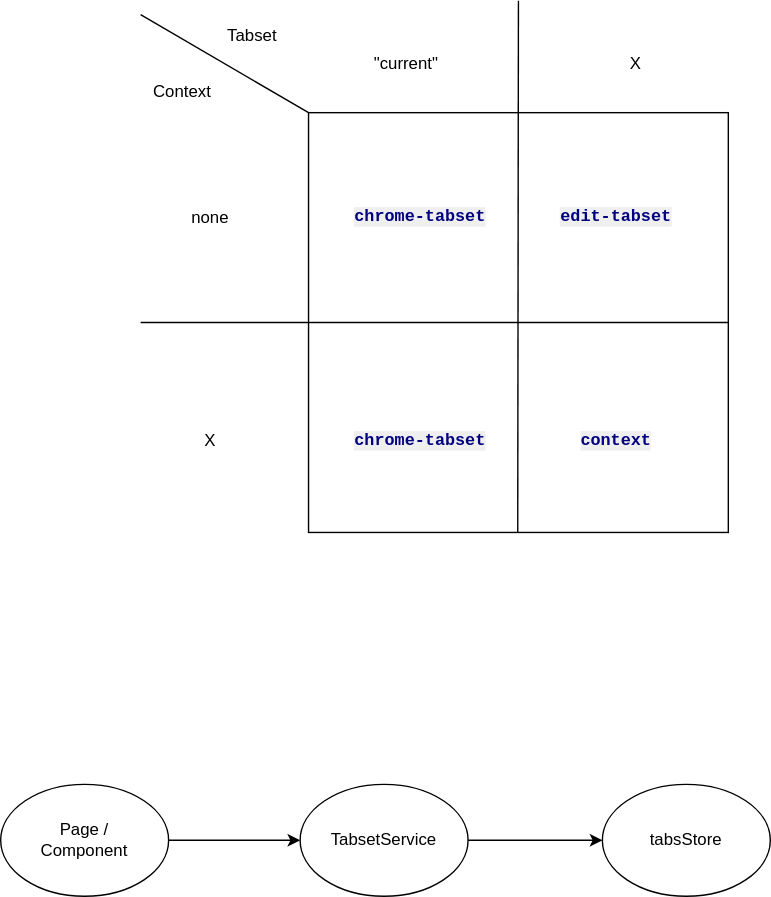
Earlier version of the draw.io export docs/overview.svg (evandor/tabsets). Source tidied: cells renumbered, new cells last; positions are measured from the earlier drawing's top-left corner, leaving out a move shared by most shapes. The source it was exported from:
```xml
<mxGraphModel>
  <root>
    <mxCell id="0" />
    <mxCell id="1" parent="0" />
    <mxCell id="2" style="whiteSpace=wrap;html=1;" parent="1" vertex="1">
      <mxGeometry x="220" y="80" width="300" height="300" as="geometry" />
    </mxCell>
    <mxCell id="3" style="endArrow=none;html=1;rounded=0;" parent="1" edge="1">
      <mxGeometry relative="1" as="geometry">
        <mxPoint x="369.5" y="380" as="sourcePoint" />
        <mxPoint x="370" as="targetPoint" />
      </mxGeometry>
    </mxCell>
    <mxCell id="4" style="endArrow=none;html=1;rounded=0;entryX=1;entryY=0.5;entryDx=0;entryDy=0;" parent="1" edge="1" target="2">
      <mxGeometry relative="1" as="geometry">
        <mxPoint x="100" y="230" as="sourcePoint" />
      </mxGeometry>
    </mxCell>
    <mxCell id="5" value="Tabset" style="text;html=1;strokeColor=none;fillColor=none;align=center;verticalAlign=middle;whiteSpace=wrap;rounded=0;" parent="1" vertex="1">
      <mxGeometry x="150" y="10" width="60" height="30" as="geometry" />
    </mxCell>
    <mxCell id="6" value="Context" style="text;html=1;strokeColor=none;fillColor=none;align=center;verticalAlign=middle;whiteSpace=wrap;rounded=0;" parent="1" vertex="1">
      <mxGeometry x="100" y="50" width="60" height="30" as="geometry" />
    </mxCell>
    <mxCell id="7" value="&quot;current&quot;" style="text;html=1;strokeColor=none;fillColor=none;align=center;verticalAlign=middle;whiteSpace=wrap;rounded=0;" parent="1" vertex="1">
      <mxGeometry x="260" y="30" width="60" height="30" as="geometry" />
    </mxCell>
    <mxCell id="8" value="X" style="text;html=1;strokeColor=none;fillColor=none;align=center;verticalAlign=middle;whiteSpace=wrap;rounded=0;" parent="1" vertex="1">
      <mxGeometry x="424" y="30" width="60" height="30" as="geometry" />
    </mxCell>
    <mxCell id="9" value="X" style="text;html=1;strokeColor=none;fillColor=none;align=center;verticalAlign=middle;whiteSpace=wrap;rounded=0;" parent="1" vertex="1">
      <mxGeometry x="120" y="300" width="60" height="30" as="geometry" />
    </mxCell>
    <mxCell id="10" value="none" style="text;html=1;strokeColor=none;fillColor=none;align=center;verticalAlign=middle;whiteSpace=wrap;rounded=0;" parent="1" vertex="1">
      <mxGeometry x="120" y="140" width="60" height="30" as="geometry" />
    </mxCell>
    <mxCell id="11" style="endArrow=none;html=1;rounded=0;entryX=0;entryY=0;entryDx=0;entryDy=0;" parent="1" edge="1" target="2">
      <mxGeometry relative="1" as="geometry">
        <mxPoint x="100" y="10" as="sourcePoint" />
      </mxGeometry>
    </mxCell>
    <mxCell id="12" value="&lt;pre style=&quot;background-color: rgb(255 , 255 , 255) ; font-family: &amp;#34;jetbrains mono&amp;#34; , monospace&quot;&gt;&lt;span style=&quot;color: #000080 ; background-color: #efefef ; font-weight: bold&quot;&gt;context&lt;/span&gt;&lt;/pre&gt;" style="text;html=1;strokeColor=none;fillColor=none;align=center;verticalAlign=middle;whiteSpace=wrap;rounded=0;" parent="1" vertex="1">
      <mxGeometry x="410" y="300" width="60" height="30" as="geometry" />
    </mxCell>
    <mxCell id="13" value="&lt;pre style=&quot;background-color: rgb(255 , 255 , 255) ; font-family: &amp;#34;jetbrains mono&amp;#34; , monospace&quot;&gt;&lt;span style=&quot;color: #000080 ; background-color: #efefef ; font-weight: bold&quot;&gt;edit-tabset&lt;/span&gt;&lt;/pre&gt;" style="text;html=1;strokeColor=none;fillColor=none;align=center;verticalAlign=middle;whiteSpace=wrap;rounded=0;" parent="1" vertex="1">
      <mxGeometry x="410" y="140" width="60" height="30" as="geometry" />
    </mxCell>
    <mxCell id="14" value="&lt;pre style=&quot;background-color: rgb(255 , 255 , 255) ; font-family: &amp;#34;jetbrains mono&amp;#34; , monospace&quot;&gt;&lt;span style=&quot;color: #000080 ; background-color: #efefef ; font-weight: bold&quot;&gt;chrome-tabset&lt;/span&gt;&lt;/pre&gt;" style="text;html=1;strokeColor=none;fillColor=none;align=center;verticalAlign=middle;whiteSpace=wrap;rounded=0;" parent="1" vertex="1">
      <mxGeometry x="270" y="140" width="60" height="30" as="geometry" />
    </mxCell>
    <mxCell id="15" value="&lt;pre style=&quot;background-color: rgb(255 , 255 , 255) ; font-family: &amp;#34;jetbrains mono&amp;#34; , monospace&quot;&gt;&lt;span style=&quot;color: #000080 ; background-color: #efefef ; font-weight: bold&quot;&gt;chrome-tabset&lt;/span&gt;&lt;/pre&gt;" style="text;html=1;strokeColor=none;fillColor=none;align=center;verticalAlign=middle;whiteSpace=wrap;rounded=0;" parent="1" vertex="1">
      <mxGeometry x="270" y="300" width="60" height="30" as="geometry" />
    </mxCell>
    <mxCell id="16" style="edgeStyle=orthogonalEdgeStyle;rounded=0;jettySize=auto;html=1;" parent="1" edge="1" source="17" target="19">
      <mxGeometry relative="1" as="geometry" />
    </mxCell>
    <mxCell id="17" value="Page /&lt;br&gt;Component" style="ellipse;whiteSpace=wrap;html=1;" parent="1" vertex="1">
      <mxGeometry y="560" width="120" height="80" as="geometry" />
    </mxCell>
    <mxCell id="18" style="edgeStyle=orthogonalEdgeStyle;rounded=0;jettySize=auto;html=1;exitX=1;exitY=0.5;exitDx=0;exitDy=0;entryX=0;entryY=0.5;entryDx=0;entryDy=0;" parent="1" edge="1" source="19" target="20">
      <mxGeometry relative="1" as="geometry" />
    </mxCell>
    <mxCell id="19" value="TabsetService" style="ellipse;whiteSpace=wrap;html=1;" parent="1" vertex="1">
      <mxGeometry x="214" y="560" width="120" height="80" as="geometry" />
    </mxCell>
    <mxCell id="20" value="tabsStore" style="ellipse;whiteSpace=wrap;html=1;" parent="1" vertex="1">
      <mxGeometry x="430" y="560" width="120" height="80" as="geometry" />
    </mxCell>
  </root>
</mxGraphModel>
```
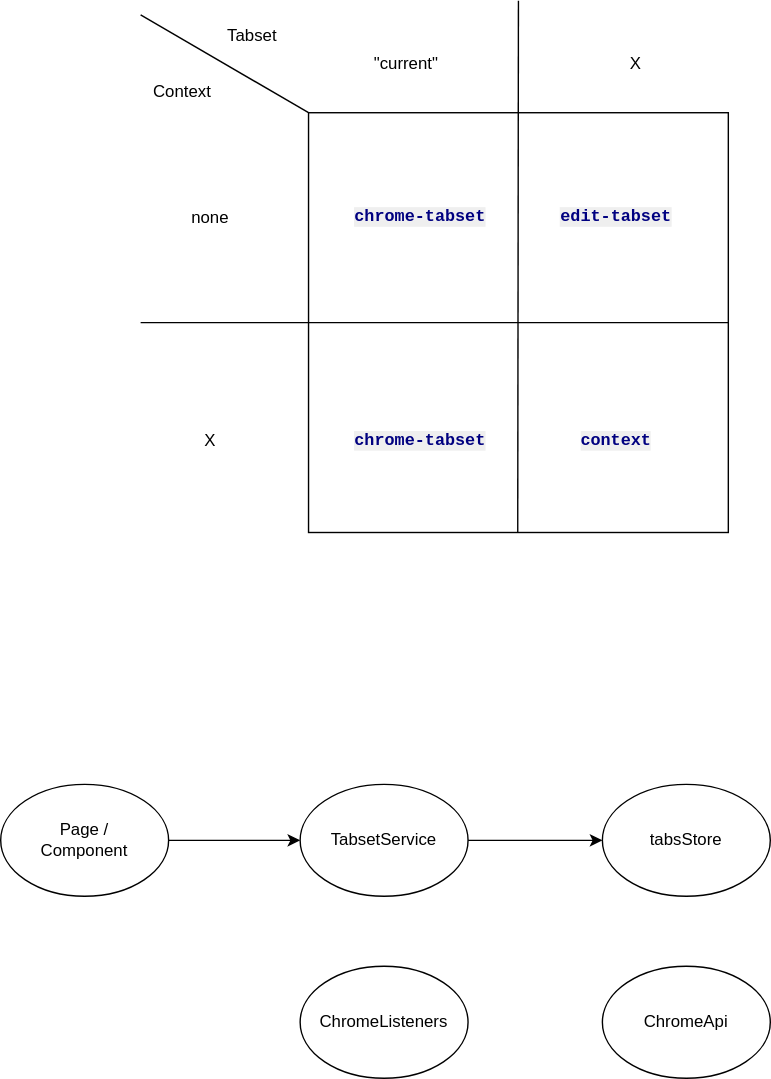
The same diagram one commit later.

The edit, as a diff of the source:
```diff
@@ -66,5 +66,11 @@
     <mxCell id="20" value="tabsStore" style="ellipse;whiteSpace=wrap;html=1;" parent="1" vertex="1">
       <mxGeometry x="430" y="560" width="120" height="80" as="geometry" />
     </mxCell>
+    <mxCell id="21" value="ChromeListeners" style="ellipse;whiteSpace=wrap;html=1;" parent="1" vertex="1">
+      <mxGeometry x="214" y="690" width="120" height="80" as="geometry" />
+    </mxCell>
+    <mxCell id="22" value="ChromeApi" style="ellipse;whiteSpace=wrap;html=1;" parent="1" vertex="1">
+      <mxGeometry x="430" y="690" width="120" height="80" as="geometry" />
+    </mxCell>
   </root>
 </mxGraphModel>
```
